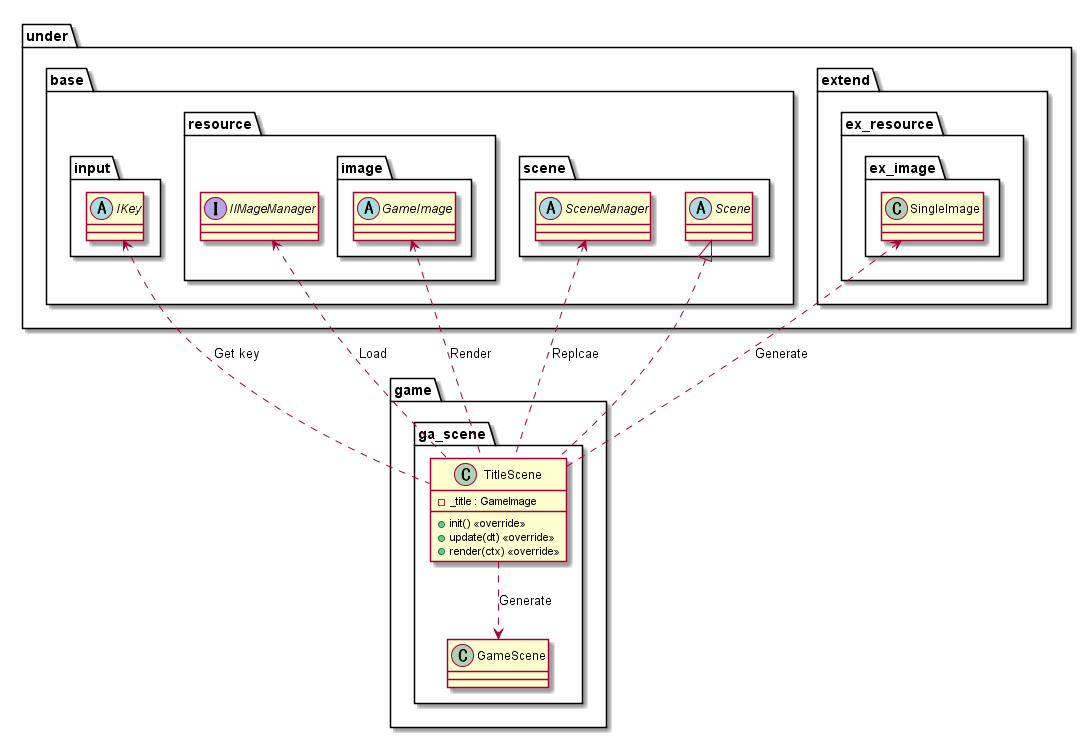
Above: out/uml/scene/Title/SceneTitle.png in Expine/Under (PlantUML), before the change.
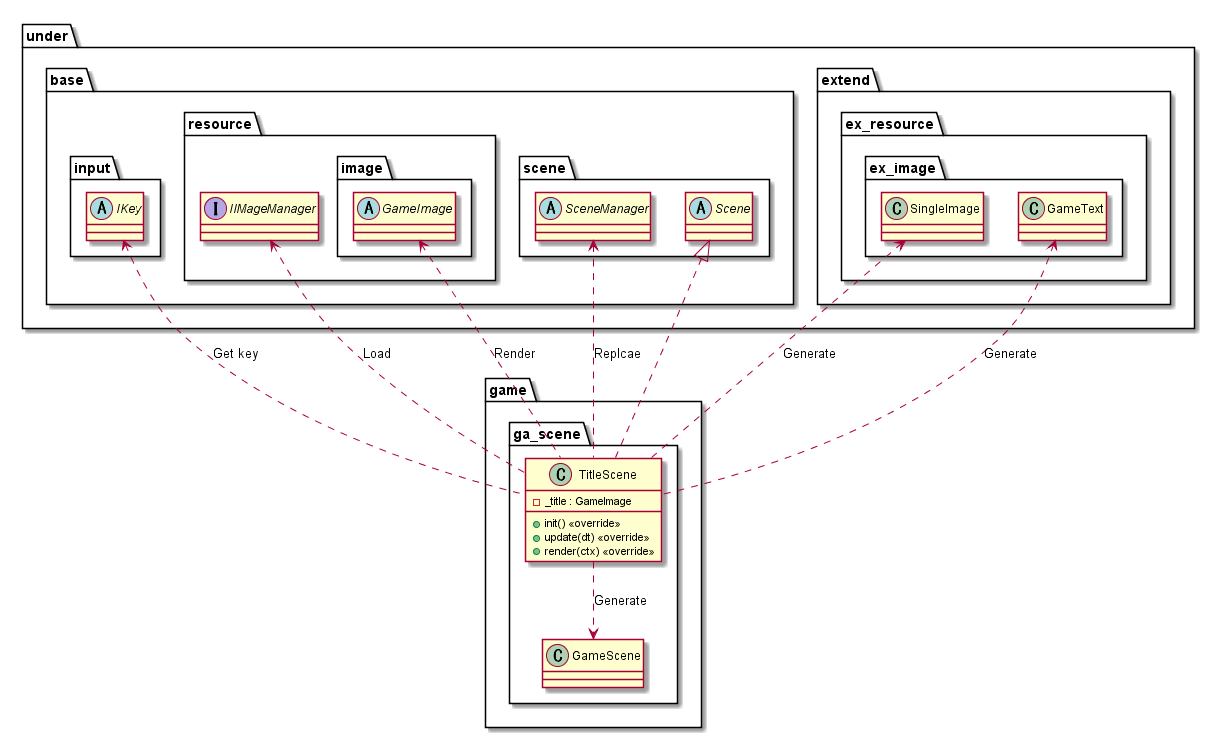
The same diagram one commit later.

The edit, as a diff of the source:
```diff
@@ -32,6 +32,7 @@
         package ex_resource {
             package ex_image {
                 class SingleImage
+                class GameText
             }
         }
     }
@@ -44,6 +45,7 @@
 }
 
 SingleImage <..TitleScene : Generate
+GameText <.. TitleScene : Generate
 IIMageManager <.. TitleScene : Load
 IKey <.. TitleScene : Get key
 SceneManager <.. TitleScene : Replcae
```
